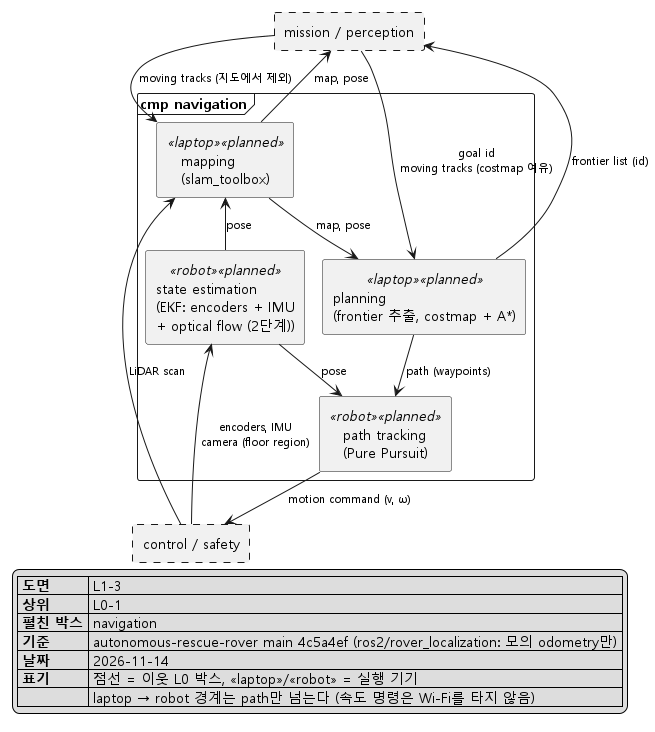
This is docs/architecture/png/L1-3_navigation.png from Ruysong/autonomous-rescue-rover, a PlantUML export, as it was before one commit.
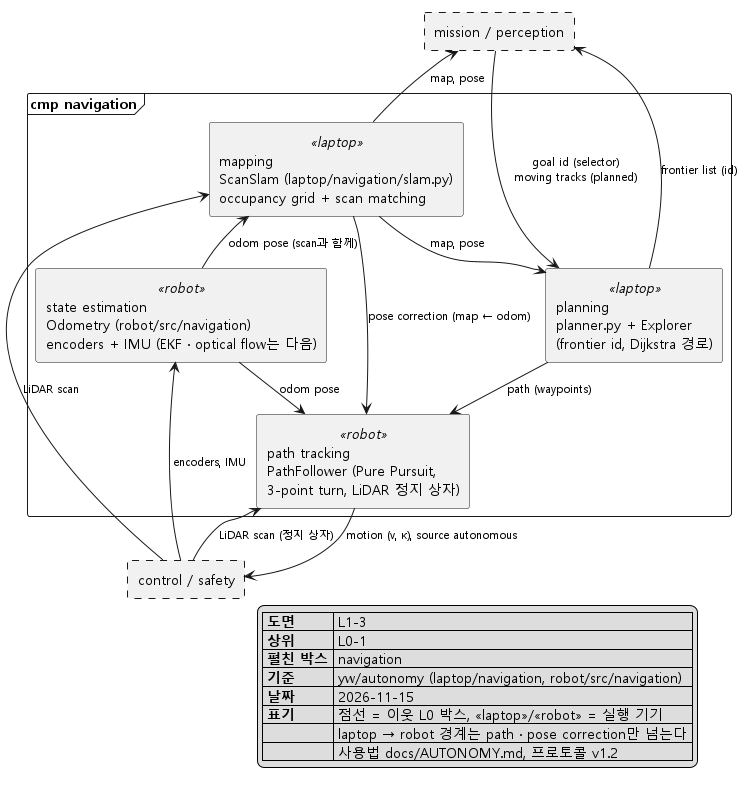
The same diagram one commit later.

Change to the diagram source:
```diff
@@ -10,34 +10,36 @@
 rectangle "mission / perception" as MISSION #line.dashed
 
 frame "cmp navigation" {
-  component "mapping\n(slam_toolbox)" <<laptop>> <<planned>> as MAP
-  component "planning\n(frontier 추출, costmap + A*)" <<laptop>> <<planned>> as PLAN
-  component "state estimation\n(EKF: encoders + IMU\n+ optical flow (2단계))" <<robot>> <<planned>> as EKF
-  component "path tracking\n(Pure Pursuit)" <<robot>> <<planned>> as TRACK
+  component "mapping\nScanSlam (laptop/navigation/slam.py)\noccupancy grid + scan matching" <<laptop>> as MAP
+  component "planning\nplanner.py + Explorer\n(frontier id, Dijkstra 경로)" <<laptop>> as PLAN
+  component "state estimation\nOdometry (robot/src/navigation)\nencoders + IMU (EKF · optical flow는 다음)" <<robot>> as EKF
+  component "path tracking\nPathFollower (Pure Pursuit,\n3-point turn, LiDAR 정지 상자)" <<robot>> as TRACK
 }
 
 rectangle "control / safety" as CONTROL #line.dashed
 
-MISSION --> PLAN : goal id\nmoving tracks (costmap 여유)
-MISSION --> MAP : moving tracks (지도에서 제외)
+MISSION --> PLAN : goal id (selector)\nmoving tracks (planned)
 PLAN -up-> MISSION : frontier list (id)
 MAP -up-> MISSION : map, pose
 
-CONTROL -up-> EKF : encoders, IMU\ncamera (floor region)
+CONTROL -up-> EKF : encoders, IMU
 CONTROL -up-> MAP : LiDAR scan
-EKF -up-> MAP : pose
+EKF -up-> MAP : odom pose (scan과 함께)
+MAP --> TRACK : pose correction (map ← odom)
 MAP --> PLAN : map, pose
 PLAN --> TRACK : path (waypoints)
-EKF --> TRACK : pose
-TRACK --> CONTROL : motion command (v, ω)
+EKF --> TRACK : odom pose
+CONTROL -up-> TRACK : LiDAR scan (정지 상자)
+TRACK --> CONTROL : motion (v, κ), source autonomous
 
 legend bottom right
   |= 도면 | L1-3 |
   |= 상위 | L0-1 |
   |= 펼친 박스 | navigation |
-  |= 기준 | autonomous-rescue-rover main 4c5a4ef (ros2/rover_localization: 모의 odometry만) |
-  |= 날짜 | 2026-11-14 |
+  |= 기준 | yw/autonomy (laptop/navigation, robot/src/navigation) |
+  |= 날짜 | 2026-11-15 |
   |= 표기 | 점선 = 이웃 L0 박스, <<laptop>>/<<robot>> = 실행 기기 |
-  |= | laptop → robot 경계는 path만 넘는다 (속도 명령은 Wi-Fi를 타지 않음) |
+  |= | laptop → robot 경계는 path · pose correction만 넘는다 |
+  |= | 사용법 docs/AUTONOMY.md, 프로토콜 v1.2 |
 endlegend
 @enduml
```
